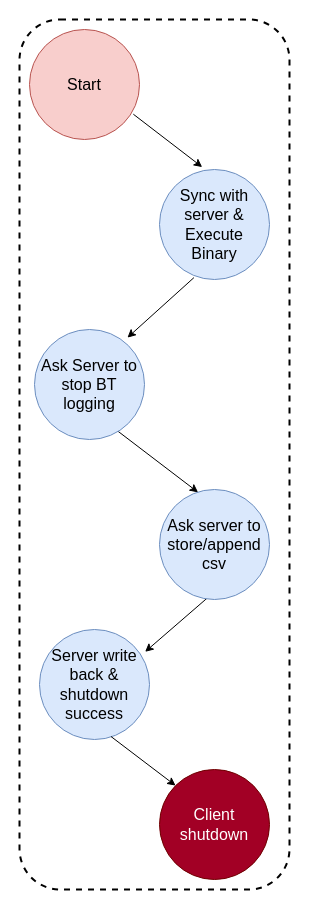
ShikharJain97/MTP keeps this draw.io diagram as MTP_1/MTP_1_ARM_Setup_Client.drawio. Above is the earlier version. Source tidied: cells renumbered, new cells numbered last; positions are measured from the earlier drawing's top-left corner, leaving out a move shared by most shapes. Both pictures are drawn from the tidied source at 100%, with x=0, y=0 at pixel (19, 19).
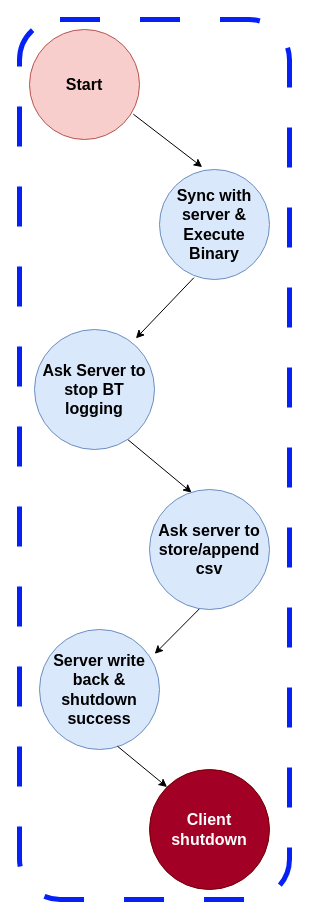
The same diagram, later.

Diff of the diagram source:
```diff
@@
 <mxGraphModel>
   <root>
     <mxCell id="0" />
     <mxCell id="1" parent="0" />
     <mxCell id="2" style="endArrow=classic;html=1;rounded=0;exitX=0.944;exitY=0.77;exitDx=0;exitDy=0;entryX=0.388;entryY=-0.022;entryDx=0;entryDy=0;entryPerimeter=0;exitPerimeter=0;" parent="1" edge="1" source="7" target="8">
       <mxGeometry relative="1" as="geometry" />
     </mxCell>
     <mxCell id="3" style="endArrow=classic;html=1;rounded=0;exitX=0.313;exitY=0.983;exitDx=0;exitDy=0;exitPerimeter=0;entryX=0.845;entryY=0.074;entryDx=0;entryDy=0;entryPerimeter=0;" parent="1" edge="1" source="8" target="9">
       <mxGeometry relative="1" as="geometry" />
     </mxCell>
     <mxCell id="4" style="endArrow=classic;html=1;rounded=0;entryX=0.351;entryY=0.026;entryDx=0;entryDy=0;entryPerimeter=0;" parent="1" edge="1" target="10">
       <mxGeometry relative="1" as="geometry">
         <mxPoint x="96.2" y="410" as="sourcePoint" />
       </mxGeometry>
     </mxCell>
     <mxCell id="5" style="endArrow=classic;html=1;rounded=0;exitX=0.35;exitY=1.013;exitDx=0;exitDy=0;exitPerimeter=0;entryX=0.96;entryY=0.203;entryDx=0;entryDy=0;entryPerimeter=0;" parent="1" edge="1" target="11">
       <mxGeometry relative="1" as="geometry">
         <mxPoint x="208" y="561" as="sourcePoint" />
       </mxGeometry>
     </mxCell>
-    <mxCell id="6" style="whiteSpace=wrap;html=1;fillColor=none;imageAspect=0;rounded=1;strokeWidth=2;dashed=1;" parent="1" vertex="1">
-      <mxGeometry width="270" height="870" as="geometry" />
+    <mxCell id="6" style="whiteSpace=wrap;html=1;fillColor=none;imageAspect=0;rounded=1;strokeWidth=5;dashed=1;strokeColor=#0521f5;dashPattern=8 8;" parent="1" vertex="1">
+      <mxGeometry width="270" height="880" as="geometry" />
     </mxCell>
-    <mxCell id="7" value="&lt;font style=&quot;font-size: 16px;&quot;&gt;Start&lt;/font&gt;" style="ellipse;whiteSpace=wrap;html=1;fillColor=#f8cecc;strokeColor=#b85450;" parent="1" vertex="1">
+    <mxCell id="7" value="&lt;font style=&quot;font-size: 16px;&quot;&gt;&lt;b&gt;Start&lt;/b&gt;&lt;/font&gt;" style="ellipse;whiteSpace=wrap;html=1;fillColor=#f8cecc;strokeColor=#b85450;" parent="1" vertex="1">
       <mxGeometry x="10" y="10" width="110" height="110" as="geometry" />
     </mxCell>
-    <mxCell id="8" value="&lt;font style=&quot;font-size: 16px;&quot;&gt;Sync with server &amp;amp; Execute &lt;br&gt;Binary&lt;/font&gt;" style="ellipse;whiteSpace=wrap;html=1;fillColor=#dae8fc;strokeColor=#6c8ebf;" parent="1" vertex="1">
+    <mxCell id="8" value="&lt;font style=&quot;font-size: 16px;&quot;&gt;&lt;b&gt;Sync with server &amp;amp; Execute &lt;br&gt;Binary&lt;/b&gt;&lt;/font&gt;" style="ellipse;whiteSpace=wrap;html=1;fillColor=#dae8fc;strokeColor=#6c8ebf;" parent="1" vertex="1">
       <mxGeometry x="140" y="150" width="110" height="110" as="geometry" />
     </mxCell>
-    <mxCell id="9" value="&lt;span style=&quot;font-size: 16px;&quot;&gt;Ask Server to stop BT logging&lt;/span&gt;" style="ellipse;whiteSpace=wrap;html=1;fillColor=#dae8fc;strokeColor=#6c8ebf;" parent="1" vertex="1">
-      <mxGeometry x="15" y="310" width="110" height="110" as="geometry" />
+    <mxCell id="9" value="&lt;span style=&quot;font-size: 16px;&quot;&gt;&lt;b&gt;Ask Server to stop BT logging&lt;/b&gt;&lt;/span&gt;" style="ellipse;whiteSpace=wrap;html=1;fillColor=#dae8fc;strokeColor=#6c8ebf;" parent="1" vertex="1">
+      <mxGeometry x="15" y="310" width="120" height="120" as="geometry" />
     </mxCell>
-    <mxCell id="10" value="&lt;span style=&quot;font-size: 16px;&quot;&gt;Ask server to store/append&lt;br&gt;csv&lt;br&gt;&lt;/span&gt;" style="ellipse;whiteSpace=wrap;html=1;fillColor=#dae8fc;strokeColor=#6c8ebf;" parent="1" vertex="1">
-      <mxGeometry x="140" y="470" width="110" height="110" as="geometry" />
+    <mxCell id="10" value="&lt;span style=&quot;font-size: 16px;&quot;&gt;&lt;b&gt;Ask server to store/append&lt;br&gt;csv&lt;/b&gt;&lt;br&gt;&lt;/span&gt;" style="ellipse;whiteSpace=wrap;html=1;fillColor=#dae8fc;strokeColor=#6c8ebf;" parent="1" vertex="1">
+      <mxGeometry x="130" y="470" width="120" height="120" as="geometry" />
     </mxCell>
-    <mxCell id="11" value="&lt;span style=&quot;font-size: 16px;&quot;&gt;Server write back &amp;amp; shutdown success&lt;br&gt;&lt;/span&gt;" style="ellipse;whiteSpace=wrap;html=1;fillColor=#dae8fc;strokeColor=#6c8ebf;" parent="1" vertex="1">
-      <mxGeometry x="20" y="610" width="110" height="110" as="geometry" />
+    <mxCell id="11" value="&lt;span style=&quot;font-size: 16px;&quot;&gt;&lt;b&gt;Server write back &amp;amp; shutdown success&lt;/b&gt;&lt;br&gt;&lt;/span&gt;" style="ellipse;whiteSpace=wrap;html=1;fillColor=#dae8fc;strokeColor=#6c8ebf;" parent="1" vertex="1">
+      <mxGeometry x="20" y="610" width="120" height="120" as="geometry" />
     </mxCell>
-    <mxCell id="12" value="&lt;span style=&quot;font-size: 16px;&quot;&gt;Client shutdown&lt;br&gt;&lt;/span&gt;" style="ellipse;whiteSpace=wrap;html=1;fillColor=#a20025;strokeColor=#6F0000;fontColor=#ffffff;" parent="1" vertex="1">
-      <mxGeometry x="140" y="750" width="110" height="110" as="geometry" />
+    <mxCell id="12" value="&lt;span style=&quot;font-size: 16px;&quot;&gt;&lt;b&gt;Client shutdown&lt;/b&gt;&lt;br&gt;&lt;/span&gt;" style="ellipse;whiteSpace=wrap;html=1;fillColor=#a20025;strokeColor=#6F0000;fontColor=#ffffff;" parent="1" vertex="1">
+      <mxGeometry x="130" y="750" width="120" height="120" as="geometry" />
     </mxCell>
     <mxCell id="13" style="endArrow=classic;html=1;rounded=0;exitX=0.65;exitY=0.973;exitDx=0;exitDy=0;exitPerimeter=0;entryX=0;entryY=0;entryDx=0;entryDy=0;" parent="1" edge="1" source="11" target="12">
       <mxGeometry relative="1" as="geometry" />
     </mxCell>
   </root>
 </mxGraphModel>
```
